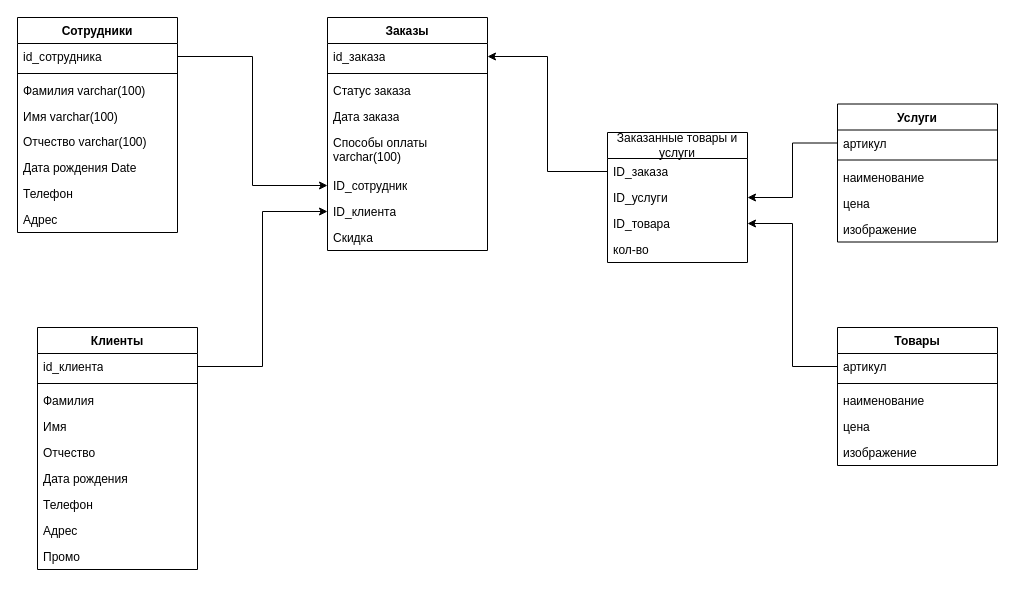
Above: Диаграмма без названия.drawio in Lemetist/ERD (draw.io), before the change. Source tidied: cells renumbered, new cells numbered last; positions are measured from the earlier drawing's top-left corner, leaving out a move shared by most shapes. Both pictures are drawn from the tidied source at 100%, with x=0, y=0 at pixel (17, 17).
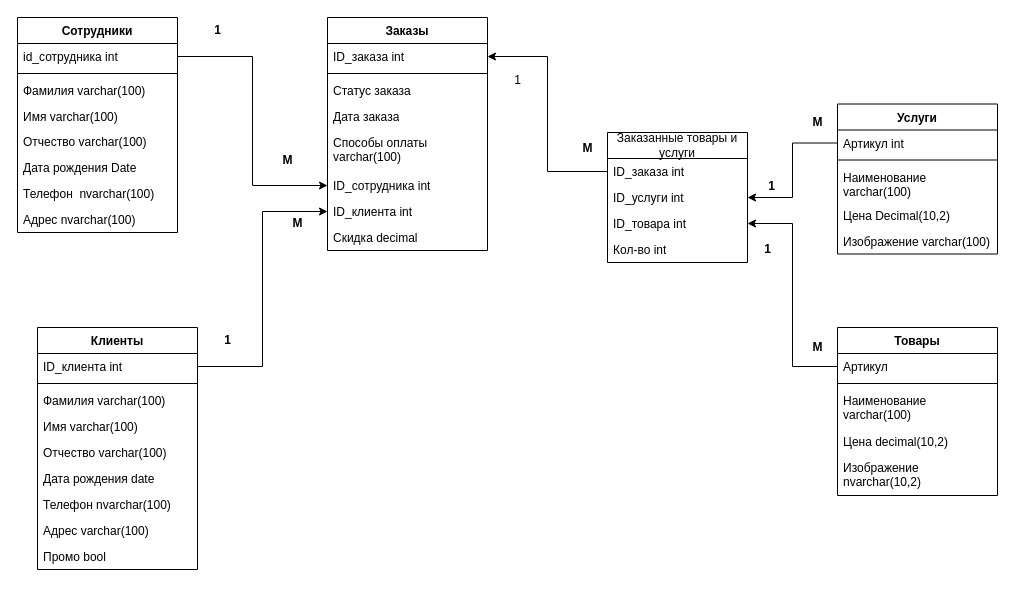
After the change.

Unchanged cells that the change refers to:
```xml
<mxCell id="2" value="Заказы" style="swimlane;fontStyle=1;align=center;verticalAlign=top;horizontal=1;startSize=26;whiteSpace=wrap;html=1;" parent="1" vertex="1">
  <mxGeometry x="310" width="160" height="233" as="geometry" />
</mxCell>
<mxCell id="23" value="Сотрудники" style="swimlane;fontStyle=1;align=center;verticalAlign=top;horizontal=1;startSize=26;whiteSpace=wrap;html=1;" parent="1" vertex="1">
  <mxGeometry width="160" height="215" as="geometry" />
</mxCell>
<mxCell id="32" value="Клиенты" style="swimlane;fontStyle=1;align=center;verticalAlign=top;horizontal=1;startSize=26;whiteSpace=wrap;html=1;" parent="1" vertex="1">
  <mxGeometry x="20" y="310" width="160" height="242" as="geometry" />
</mxCell>
<mxCell id="44" value="Заказанные товары и услуги" style="swimlane;fontStyle=0;horizontal=1;startSize=26;fillColor=none;whiteSpace=wrap;html=1;" parent="1" vertex="1">
  <mxGeometry x="590" y="115" width="140" height="130" as="geometry" />
</mxCell>
```

Change to the diagram source:
```diff
@@
-    <mxCell id="3" value="id_заказа" style="text;strokeColor=none;fillColor=none;align=left;verticalAlign=top;spacingLeft=4;spacingRight=4;overflow=hidden;points=[[0,0.5],[1,0.5]];portConstraint=eastwest;whiteSpace=wrap;html=1;" parent="2" vertex="1">
+    <mxCell id="3" value="ID_заказа int" style="text;strokeColor=none;fillColor=none;align=left;verticalAlign=top;spacingLeft=4;spacingRight=4;overflow=hidden;points=[[0,0.5],[1,0.5]];portConstraint=eastwest;whiteSpace=wrap;html=1;" parent="2" vertex="1">
       <mxGeometry y="26" width="160" height="26" as="geometry" />
     </mxCell>
@@
-    <mxCell id="8" value="ID_cотрудник" style="text;strokeColor=none;fillColor=none;align=left;verticalAlign=top;spacingLeft=4;spacingRight=4;overflow=hidden;points=[[0,0.5],[1,0.5]];portConstraint=eastwest;whiteSpace=wrap;html=1;" parent="2" vertex="1">
+    <mxCell id="8" value="ID_сотрудника int" style="text;strokeColor=none;fillColor=none;align=left;verticalAlign=top;spacingLeft=4;spacingRight=4;overflow=hidden;points=[[0,0.5],[1,0.5]];portConstraint=eastwest;whiteSpace=wrap;html=1;" parent="2" vertex="1">
       <mxGeometry y="155" width="160" height="26" as="geometry" />
     </mxCell>
-    <mxCell id="9" value="ID_клиента" style="text;strokeColor=none;fillColor=none;align=left;verticalAlign=top;spacingLeft=4;spacingRight=4;overflow=hidden;points=[[0,0.5],[1,0.5]];portConstraint=eastwest;whiteSpace=wrap;html=1;" parent="2" vertex="1">
+    <mxCell id="9" value="ID_клиента int" style="text;strokeColor=none;fillColor=none;align=left;verticalAlign=top;spacingLeft=4;spacingRight=4;overflow=hidden;points=[[0,0.5],[1,0.5]];portConstraint=eastwest;whiteSpace=wrap;html=1;" parent="2" vertex="1">
       <mxGeometry y="181" width="160" height="26" as="geometry" />
     </mxCell>
-    <mxCell id="10" value="Скидка" style="text;strokeColor=none;fillColor=none;align=left;verticalAlign=top;spacingLeft=4;spacingRight=4;overflow=hidden;whiteSpace=wrap;html=1;" parent="2" vertex="1">
+    <mxCell id="10" value="Скидка decimal" style="text;strokeColor=none;fillColor=none;align=left;verticalAlign=top;spacingLeft=4;spacingRight=4;overflow=hidden;whiteSpace=wrap;html=1;" parent="2" vertex="1">
       <mxGeometry y="207" width="160" height="26" as="geometry" />
     </mxCell>
     <mxCell id="11" value="Товары" style="swimlane;fontStyle=1;align=center;verticalAlign=top;horizontal=1;startSize=26;whiteSpace=wrap;html=1;" parent="1" vertex="1">
-      <mxGeometry x="820" y="310" width="160" height="138" as="geometry" />
+      <mxGeometry x="820" y="310" width="160" height="168" as="geometry" />
     </mxCell>
-    <mxCell id="12" value="артикул" style="text;strokeColor=none;fillColor=none;align=left;verticalAlign=top;spacingLeft=4;spacingRight=4;overflow=hidden;points=[[0,0.5],[1,0.5]];portConstraint=eastwest;whiteSpace=wrap;html=1;" parent="11" vertex="1">
+    <mxCell id="12" value="Артикул" style="text;strokeColor=none;fillColor=none;align=left;verticalAlign=top;spacingLeft=4;spacingRight=4;overflow=hidden;points=[[0,0.5],[1,0.5]];portConstraint=eastwest;whiteSpace=wrap;html=1;" parent="11" vertex="1">
       <mxGeometry y="26" width="160" height="26" as="geometry" />
     </mxCell>
@@
-    <mxCell id="14" value="наименование" style="text;strokeColor=none;fillColor=none;align=left;verticalAlign=top;spacingLeft=4;spacingRight=4;overflow=hidden;whiteSpace=wrap;html=1;" parent="11" vertex="1">
-      <mxGeometry y="60" width="160" height="26" as="geometry" />
+    <mxCell id="14" value="Наименование varchar(100)" style="text;strokeColor=none;fillColor=none;align=left;verticalAlign=top;spacingLeft=4;spacingRight=4;overflow=hidden;whiteSpace=wrap;html=1;" parent="11" vertex="1">
+      <mxGeometry y="60" width="160" height="41" as="geometry" />
     </mxCell>
-    <mxCell id="15" value="цена" style="text;strokeColor=none;fillColor=none;align=left;verticalAlign=top;spacingLeft=4;spacingRight=4;overflow=hidden;whiteSpace=wrap;html=1;" parent="11" vertex="1">
-      <mxGeometry y="86" width="160" height="26" as="geometry" />
+    <mxCell id="15" value="Цена decimal(10,2)" style="text;strokeColor=none;fillColor=none;align=left;verticalAlign=top;spacingLeft=4;spacingRight=4;overflow=hidden;whiteSpace=wrap;html=1;" parent="11" vertex="1">
+      <mxGeometry y="101" width="160" height="26" as="geometry" />
     </mxCell>
-    <mxCell id="16" value="изображение" style="text;strokeColor=none;fillColor=none;align=left;verticalAlign=top;spacingLeft=4;spacingRight=4;overflow=hidden;whiteSpace=wrap;html=1;" parent="11" vertex="1">
-      <mxGeometry y="112" width="160" height="26" as="geometry" />
+    <mxCell id="16" value="Изображение nvarchar(10,2)" style="text;strokeColor=none;fillColor=none;align=left;verticalAlign=top;spacingLeft=4;spacingRight=4;overflow=hidden;whiteSpace=wrap;html=1;" parent="11" vertex="1">
+      <mxGeometry y="127" width="160" height="41" as="geometry" />
     </mxCell>
     <mxCell id="17" value="Услуги" style="swimlane;fontStyle=1;align=center;verticalAlign=top;horizontal=1;startSize=26;whiteSpace=wrap;html=1;" parent="1" vertex="1">
-      <mxGeometry x="820" y="86.5" width="160" height="138" as="geometry" />
+      <mxGeometry x="820" y="86.5" width="160" height="150" as="geometry" />
     </mxCell>
-    <mxCell id="18" value="артикул" style="text;strokeColor=none;fillColor=none;align=left;verticalAlign=top;spacingLeft=4;spacingRight=4;overflow=hidden;points=[[0,0.5],[1,0.5]];portConstraint=eastwest;whiteSpace=wrap;html=1;" parent="17" vertex="1">
+    <mxCell id="18" value="Артикул int" style="text;strokeColor=none;fillColor=none;align=left;verticalAlign=top;spacingLeft=4;spacingRight=4;overflow=hidden;points=[[0,0.5],[1,0.5]];portConstraint=eastwest;whiteSpace=wrap;html=1;" parent="17" vertex="1">
       <mxGeometry y="26" width="160" height="26" as="geometry" />
     </mxCell>
@@
-    <mxCell id="20" value="наименование" style="text;strokeColor=none;fillColor=none;align=left;verticalAlign=top;spacingLeft=4;spacingRight=4;overflow=hidden;whiteSpace=wrap;html=1;" parent="17" vertex="1">
-      <mxGeometry y="60" width="160" height="26" as="geometry" />
+    <mxCell id="20" value="Наименование varchar(100)" style="text;strokeColor=none;fillColor=none;align=left;verticalAlign=top;spacingLeft=4;spacingRight=4;overflow=hidden;whiteSpace=wrap;html=1;" parent="17" vertex="1">
+      <mxGeometry y="60" width="160" height="38" as="geometry" />
     </mxCell>
-    <mxCell id="21" value="цена" style="text;strokeColor=none;fillColor=none;align=left;verticalAlign=top;spacingLeft=4;spacingRight=4;overflow=hidden;whiteSpace=wrap;html=1;" parent="17" vertex="1">
-      <mxGeometry y="86" width="160" height="26" as="geometry" />
+    <mxCell id="21" value="Цена Decimal(10,2)" style="text;strokeColor=none;fillColor=none;align=left;verticalAlign=top;spacingLeft=4;spacingRight=4;overflow=hidden;whiteSpace=wrap;html=1;" parent="17" vertex="1">
+      <mxGeometry y="98" width="160" height="26" as="geometry" />
     </mxCell>
-    <mxCell id="22" value="изображение" style="text;strokeColor=none;fillColor=none;align=left;verticalAlign=top;spacingLeft=4;spacingRight=4;overflow=hidden;whiteSpace=wrap;html=1;" parent="17" vertex="1">
-      <mxGeometry y="112" width="160" height="26" as="geometry" />
+    <mxCell id="22" value="Изображение varchar(100)" style="text;strokeColor=none;fillColor=none;align=left;verticalAlign=top;spacingLeft=4;spacingRight=4;overflow=hidden;whiteSpace=wrap;html=1;" parent="17" vertex="1">
+      <mxGeometry y="124" width="160" height="26" as="geometry" />
     </mxCell>
@@
-    <mxCell id="24" value="id_сотрудника" style="text;strokeColor=none;fillColor=none;align=left;verticalAlign=top;spacingLeft=4;spacingRight=4;overflow=hidden;points=[[0,0.5],[1,0.5]];portConstraint=eastwest;whiteSpace=wrap;html=1;" parent="23" vertex="1">
+    <mxCell id="24" value="id_сотрудника int" style="text;strokeColor=none;fillColor=none;align=left;verticalAlign=top;spacingLeft=4;spacingRight=4;overflow=hidden;points=[[0,0.5],[1,0.5]];portConstraint=eastwest;whiteSpace=wrap;html=1;" parent="23" vertex="1">
       <mxGeometry y="26" width="160" height="26" as="geometry" />
     </mxCell>
@@
-    <mxCell id="30" value="Телефон&amp;nbsp;" style="text;strokeColor=none;fillColor=none;align=left;verticalAlign=top;spacingLeft=4;spacingRight=4;overflow=hidden;whiteSpace=wrap;html=1;" parent="23" vertex="1">
+    <mxCell id="30" value="Телефон&amp;nbsp; nvarchar(100)" style="text;strokeColor=none;fillColor=none;align=left;verticalAlign=top;spacingLeft=4;spacingRight=4;overflow=hidden;whiteSpace=wrap;html=1;" parent="23" vertex="1">
       <mxGeometry y="163" width="160" height="26" as="geometry" />
     </mxCell>
-    <mxCell id="31" value="Адрес" style="text;strokeColor=none;fillColor=none;align=left;verticalAlign=top;spacingLeft=4;spacingRight=4;overflow=hidden;whiteSpace=wrap;html=1;" parent="23" vertex="1">
+    <mxCell id="31" value="Адрес nvarchar(100)" style="text;strokeColor=none;fillColor=none;align=left;verticalAlign=top;spacingLeft=4;spacingRight=4;overflow=hidden;whiteSpace=wrap;html=1;" parent="23" vertex="1">
       <mxGeometry y="189" width="160" height="26" as="geometry" />
     </mxCell>
@@
-    <mxCell id="33" value="id_клиента" style="text;strokeColor=none;fillColor=none;align=left;verticalAlign=top;spacingLeft=4;spacingRight=4;overflow=hidden;points=[[0,0.5],[1,0.5]];portConstraint=eastwest;whiteSpace=wrap;html=1;" parent="32" vertex="1">
+    <mxCell id="33" value="ID_клиента int" style="text;strokeColor=none;fillColor=none;align=left;verticalAlign=top;spacingLeft=4;spacingRight=4;overflow=hidden;points=[[0,0.5],[1,0.5]];portConstraint=eastwest;whiteSpace=wrap;html=1;" parent="32" vertex="1">
       <mxGeometry y="26" width="160" height="26" as="geometry" />
     </mxCell>
@@
-    <mxCell id="35" value="Фамилия&amp;nbsp;" style="text;strokeColor=none;fillColor=none;align=left;verticalAlign=top;spacingLeft=4;spacingRight=4;overflow=hidden;whiteSpace=wrap;html=1;" parent="32" vertex="1">
+    <mxCell id="35" value="Фамилия varchar(100)" style="text;strokeColor=none;fillColor=none;align=left;verticalAlign=top;spacingLeft=4;spacingRight=4;overflow=hidden;whiteSpace=wrap;html=1;" parent="32" vertex="1">
       <mxGeometry y="60" width="160" height="26" as="geometry" />
     </mxCell>
-    <mxCell id="36" value="Имя" style="text;strokeColor=none;fillColor=none;align=left;verticalAlign=top;spacingLeft=4;spacingRight=4;overflow=hidden;whiteSpace=wrap;html=1;" parent="32" vertex="1">
+    <mxCell id="36" value="Имя varchar(100)" style="text;strokeColor=none;fillColor=none;align=left;verticalAlign=top;spacingLeft=4;spacingRight=4;overflow=hidden;whiteSpace=wrap;html=1;" parent="32" vertex="1">
       <mxGeometry y="86" width="160" height="26" as="geometry" />
     </mxCell>
-    <mxCell id="37" value="Отчество" style="text;strokeColor=none;fillColor=none;align=left;verticalAlign=top;spacingLeft=4;spacingRight=4;overflow=hidden;whiteSpace=wrap;html=1;" parent="32" vertex="1">
+    <mxCell id="37" value="Отчество varchar(100)" style="text;strokeColor=none;fillColor=none;align=left;verticalAlign=top;spacingLeft=4;spacingRight=4;overflow=hidden;whiteSpace=wrap;html=1;" parent="32" vertex="1">
       <mxGeometry y="112" width="160" height="26" as="geometry" />
     </mxCell>
-    <mxCell id="38" value="Дата рождения" style="text;strokeColor=none;fillColor=none;align=left;verticalAlign=top;spacingLeft=4;spacingRight=4;overflow=hidden;whiteSpace=wrap;html=1;" parent="32" vertex="1">
+    <mxCell id="38" value="Дата рождения date" style="text;strokeColor=none;fillColor=none;align=left;verticalAlign=top;spacingLeft=4;spacingRight=4;overflow=hidden;whiteSpace=wrap;html=1;" parent="32" vertex="1">
       <mxGeometry y="138" width="160" height="26" as="geometry" />
     </mxCell>
-    <mxCell id="39" value="Телефон" style="text;strokeColor=none;fillColor=none;align=left;verticalAlign=top;spacingLeft=4;spacingRight=4;overflow=hidden;whiteSpace=wrap;html=1;" parent="32" vertex="1">
+    <mxCell id="39" value="Телефон nvarchar(100)" style="text;strokeColor=none;fillColor=none;align=left;verticalAlign=top;spacingLeft=4;spacingRight=4;overflow=hidden;whiteSpace=wrap;html=1;" parent="32" vertex="1">
       <mxGeometry y="164" width="160" height="26" as="geometry" />
     </mxCell>
-    <mxCell id="40" value="Адрес" style="text;strokeColor=none;fillColor=none;align=left;verticalAlign=top;spacingLeft=4;spacingRight=4;overflow=hidden;whiteSpace=wrap;html=1;" parent="32" vertex="1">
+    <mxCell id="40" value="Адрес varchar(100)" style="text;strokeColor=none;fillColor=none;align=left;verticalAlign=top;spacingLeft=4;spacingRight=4;overflow=hidden;whiteSpace=wrap;html=1;" parent="32" vertex="1">
       <mxGeometry y="190" width="160" height="26" as="geometry" />
     </mxCell>
-    <mxCell id="41" value="Промо" style="text;strokeColor=none;fillColor=none;align=left;verticalAlign=top;spacingLeft=4;spacingRight=4;overflow=hidden;whiteSpace=wrap;html=1;" parent="32" vertex="1">
+    <mxCell id="41" value="Промо bool" style="text;strokeColor=none;fillColor=none;align=left;verticalAlign=top;spacingLeft=4;spacingRight=4;overflow=hidden;whiteSpace=wrap;html=1;" parent="32" vertex="1">
       <mxGeometry y="216" width="160" height="26" as="geometry" />
     </mxCell>
@@
-    <mxCell id="45" value="ID_заказа" style="text;strokeColor=none;fillColor=none;align=left;verticalAlign=top;spacingLeft=4;spacingRight=4;overflow=hidden;points=[[0,0.5],[1,0.5]];portConstraint=eastwest;whiteSpace=wrap;html=1;" parent="44" vertex="1">
+    <mxCell id="45" value="ID_заказа int" style="text;strokeColor=none;fillColor=none;align=left;verticalAlign=top;spacingLeft=4;spacingRight=4;overflow=hidden;points=[[0,0.5],[1,0.5]];portConstraint=eastwest;whiteSpace=wrap;html=1;" parent="44" vertex="1">
       <mxGeometry y="26" width="140" height="26" as="geometry" />
     </mxCell>
-    <mxCell id="46" value="ID_услуги" style="text;strokeColor=none;fillColor=none;align=left;verticalAlign=top;spacingLeft=4;spacingRight=4;overflow=hidden;points=[[0,0.5],[1,0.5]];portConstraint=eastwest;whiteSpace=wrap;html=1;" parent="44" vertex="1">
+    <mxCell id="46" value="ID_услуги int" style="text;strokeColor=none;fillColor=none;align=left;verticalAlign=top;spacingLeft=4;spacingRight=4;overflow=hidden;points=[[0,0.5],[1,0.5]];portConstraint=eastwest;whiteSpace=wrap;html=1;" parent="44" vertex="1">
       <mxGeometry y="52" width="140" height="26" as="geometry" />
     </mxCell>
-    <mxCell id="47" value="ID_товара" style="text;strokeColor=none;fillColor=none;align=left;verticalAlign=top;spacingLeft=4;spacingRight=4;overflow=hidden;points=[[0,0.5],[1,0.5]];portConstraint=eastwest;whiteSpace=wrap;html=1;" parent="44" vertex="1">
+    <mxCell id="47" value="ID_товара int" style="text;strokeColor=none;fillColor=none;align=left;verticalAlign=top;spacingLeft=4;spacingRight=4;overflow=hidden;points=[[0,0.5],[1,0.5]];portConstraint=eastwest;whiteSpace=wrap;html=1;" parent="44" vertex="1">
       <mxGeometry y="78" width="140" height="26" as="geometry" />
     </mxCell>
-    <mxCell id="48" value="кол-во" style="text;strokeColor=none;fillColor=none;align=left;verticalAlign=top;spacingLeft=4;spacingRight=4;overflow=hidden;whiteSpace=wrap;html=1;" parent="44" vertex="1">
+    <mxCell id="48" value="Кол-во int" style="text;strokeColor=none;fillColor=none;align=left;verticalAlign=top;spacingLeft=4;spacingRight=4;overflow=hidden;whiteSpace=wrap;html=1;" parent="44" vertex="1">
       <mxGeometry y="104" width="140" height="26" as="geometry" />
     </mxCell>
@@
+    <mxCell id="52" value="1" style="text;align=center;fontStyle=1;verticalAlign=middle;spacingLeft=3;spacingRight=3;strokeColor=none;html=1;" parent="1" vertex="1">
+      <mxGeometry x="170" y="310" width="80" height="26" as="geometry" />
+    </mxCell>
+    <mxCell id="53" value="М" style="text;align=center;fontStyle=1;verticalAlign=middle;spacingLeft=3;spacingRight=3;strokeColor=none;html=1;" parent="1" vertex="1">
+      <mxGeometry x="230" y="130" width="80" height="26" as="geometry" />
+    </mxCell>
+    <mxCell id="54" value="1" style="text;align=center;fontStyle=1;verticalAlign=middle;spacingLeft=3;spacingRight=3;strokeColor=none;html=1;" parent="1" vertex="1">
+      <mxGeometry x="160" width="80" height="26" as="geometry" />
+    </mxCell>
+    <mxCell id="55" value="1" style="text;align=center;fontStyle=1;verticalAlign=middle;spacingLeft=3;spacingRight=3;strokeColor=none;html=1;" parent="1" vertex="1">
+      <mxGeometry x="714" y="156" width="80" height="26" as="geometry" />
+    </mxCell>
+    <mxCell id="56" value="1" style="text;align=center;fontStyle=1;verticalAlign=middle;spacingLeft=3;spacingRight=3;strokeColor=none;html=1;" parent="1" vertex="1">
+      <mxGeometry x="710" y="219" width="80" height="26" as="geometry" />
+    </mxCell>
+    <mxCell id="57" value="1" style="text;html=1;align=center;verticalAlign=middle;strokeColor=none;fillColor=none;" parent="1" vertex="1">
+      <mxGeometry x="485" y="48" width="30" height="30" as="geometry" />
+    </mxCell>
+    <mxCell id="58" style="text;html=1;align=center;verticalAlign=middle;strokeColor=none;fillColor=none;" parent="1" vertex="1">
+      <mxGeometry x="790" y="78" width="20" height="30" as="geometry" />
+    </mxCell>
+    <mxCell id="59" value="М" style="text;align=center;fontStyle=1;verticalAlign=middle;spacingLeft=3;spacingRight=3;strokeColor=none;html=1;" parent="1" vertex="1">
+      <mxGeometry x="760" y="92" width="80" height="26" as="geometry" />
+    </mxCell>
+    <mxCell id="60" value="М" style="text;align=center;fontStyle=1;verticalAlign=middle;spacingLeft=3;spacingRight=3;strokeColor=none;html=1;" parent="1" vertex="1">
+      <mxGeometry x="760" y="320" width="80" height="20" as="geometry" />
+    </mxCell>
+    <mxCell id="61" value="М" style="text;align=center;fontStyle=1;verticalAlign=middle;spacingLeft=3;spacingRight=3;strokeColor=none;html=1;" parent="1" vertex="1">
+      <mxGeometry x="530" y="118" width="80" height="26" as="geometry" />
+    </mxCell>
+    <mxCell id="62" value="М" style="text;align=center;fontStyle=1;verticalAlign=middle;spacingLeft=3;spacingRight=3;strokeColor=none;html=1;" parent="1" vertex="1">
+      <mxGeometry x="240" y="193" width="80" height="26" as="geometry" />
+    </mxCell>
```
